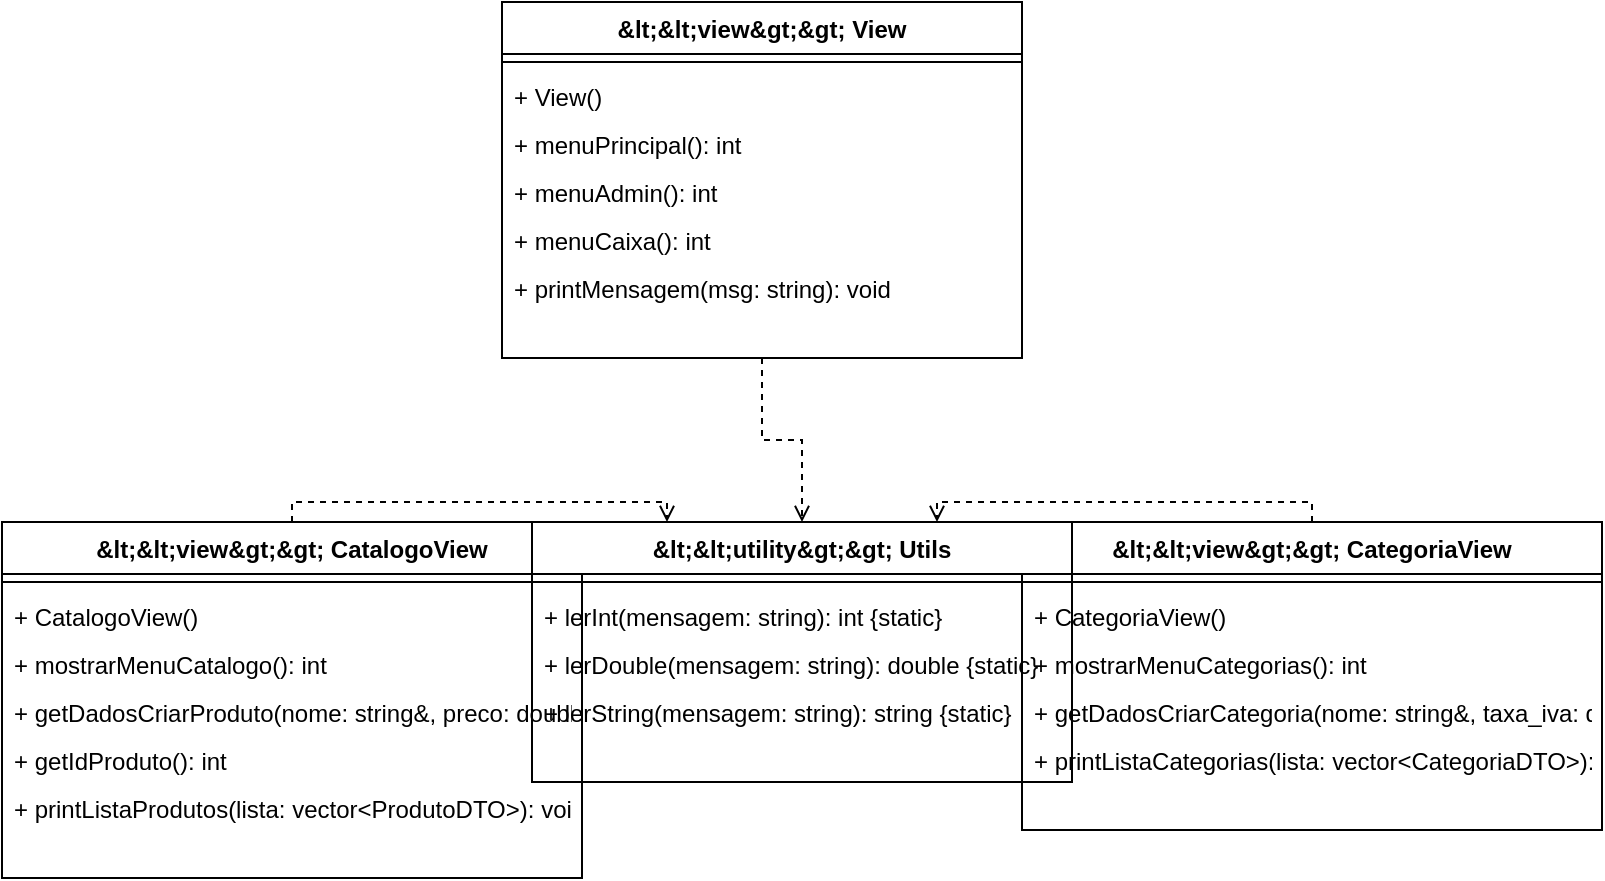
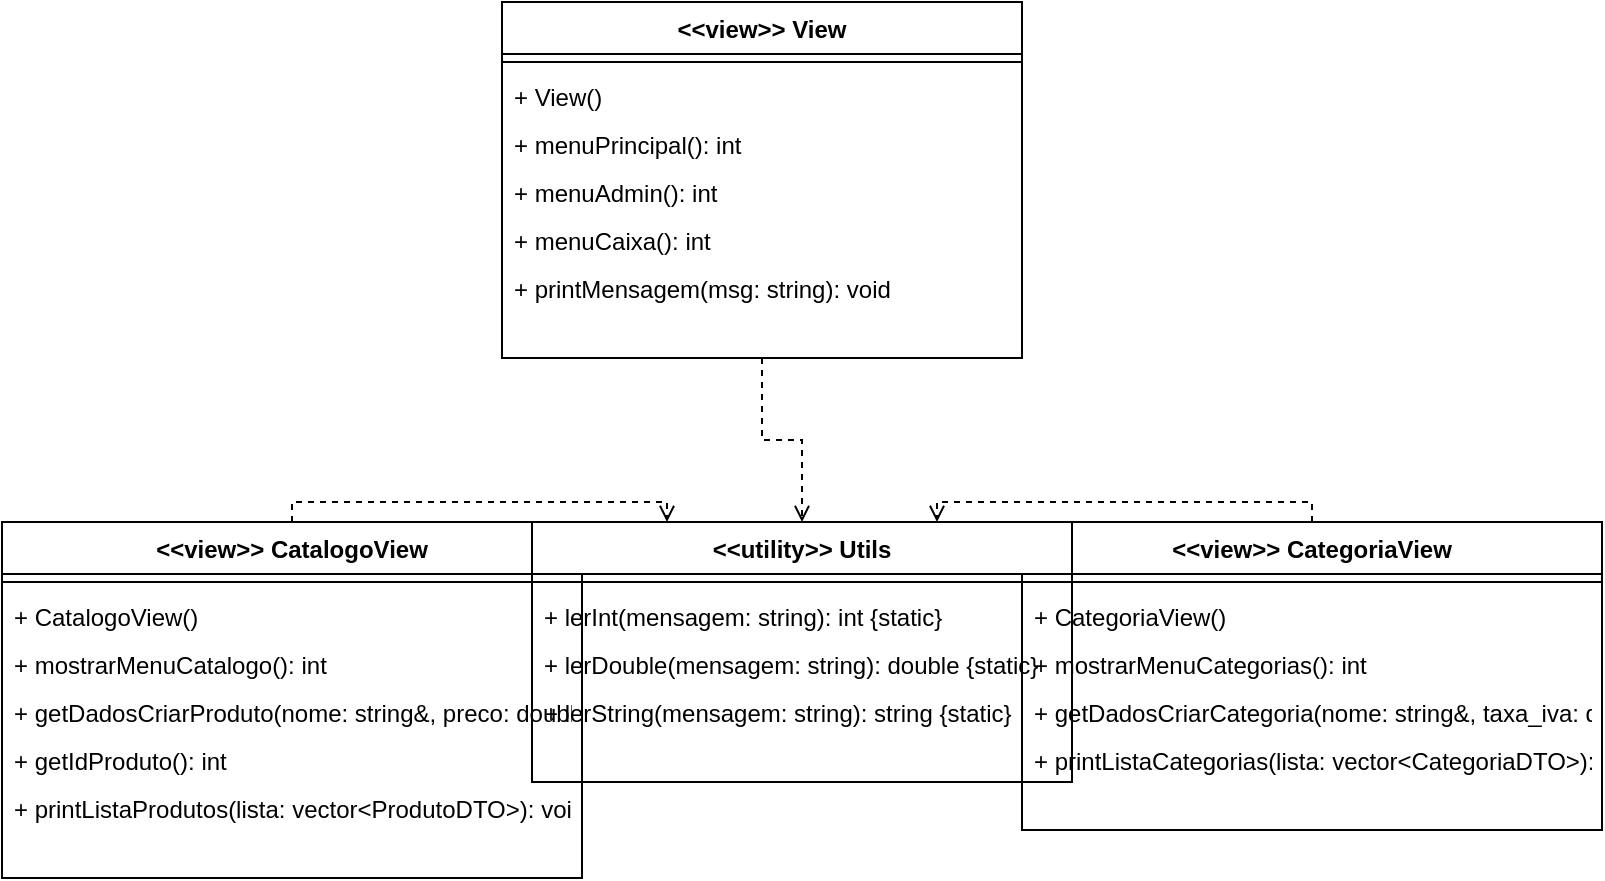
<?xml version='1.0' encoding='utf-8'?>
<mxfile host="app.diagrams.net">
  <diagram id="ViewsDCD" name="Views Class Diagram">
    <mxGraphModel dx="900" dy="600" grid="1" gridSize="10" guides="1" tooltips="1" connect="1" arrows="1" fold="1" page="1" pageScale="1" pageWidth="820" pageHeight="500" math="0" shadow="0">
      <root>
        <mxCell id="0" />
        <mxCell id="1" parent="0" />

-         <mxCell id="cls_view" parent="1" style="swimlane;fontStyle=1;align=center;verticalAlign=top;childLayout=stackLayout;horizontal=1;startSize=26;horizontalStack=0;resizeParent=1;resizeLast=0;collapsible=1;marginBottom=0;rounded=0;shadow=0;strokeWidth=1;" value="&amp;lt;&amp;lt;view&amp;gt;&amp;gt; View" vertex="1">
+         <mxCell id="cls_view" parent="1" style="swimlane;fontStyle=1;align=center;verticalAlign=top;childLayout=stackLayout;horizontal=1;startSize=26;horizontalStack=0;resizeParent=1;resizeLast=0;collapsible=1;marginBottom=0;rounded=0;shadow=0;strokeWidth=1;" value="&lt;&lt;view&gt;&gt; View" vertex="1">
          <mxGeometry height="178" width="260" x="270" y="30" as="geometry" />
        </mxCell>
        <mxCell id="cls_view_sep" parent="cls_view" style="line;html=1;strokeWidth=1;align=left;verticalAlign=middle;spacingTop=-1;spacingLeft=3;spacingRight=3;rotatable=0;labelPosition=right;points=[];portConstraint=eastwest;" value="" vertex="1">
          <mxGeometry height="8" width="260" y="26" as="geometry" />
        </mxCell>
        <mxCell id="cls_view_m_0" parent="cls_view" style="text;align=left;verticalAlign=top;spacingLeft=4;spacingRight=4;overflow=hidden;rotatable=0;points=[[0,0.5],[1,0.5]];portConstraint=eastwest;rounded=0;shadow=0;html=0;" value="+ View()" vertex="1">
          <mxGeometry height="24" width="260" y="34" as="geometry" />
        </mxCell>
        <mxCell id="cls_view_m_1" parent="cls_view" style="text;align=left;verticalAlign=top;spacingLeft=4;spacingRight=4;overflow=hidden;rotatable=0;points=[[0,0.5],[1,0.5]];portConstraint=eastwest;rounded=0;shadow=0;html=0;" value="+ menuPrincipal(): int" vertex="1">
          <mxGeometry height="24" width="260" y="58" as="geometry" />
        </mxCell>
        <mxCell id="cls_view_m_2" parent="cls_view" style="text;align=left;verticalAlign=top;spacingLeft=4;spacingRight=4;overflow=hidden;rotatable=0;points=[[0,0.5],[1,0.5]];portConstraint=eastwest;rounded=0;shadow=0;html=0;" value="+ menuAdmin(): int" vertex="1">
          <mxGeometry height="24" width="260" y="82" as="geometry" />
        </mxCell>
        <mxCell id="cls_view_m_3" parent="cls_view" style="text;align=left;verticalAlign=top;spacingLeft=4;spacingRight=4;overflow=hidden;rotatable=0;points=[[0,0.5],[1,0.5]];portConstraint=eastwest;rounded=0;shadow=0;html=0;" value="+ menuCaixa(): int" vertex="1">
          <mxGeometry height="24" width="260" y="106" as="geometry" />
        </mxCell>
        <mxCell id="cls_view_m_4" parent="cls_view" style="text;align=left;verticalAlign=top;spacingLeft=4;spacingRight=4;overflow=hidden;rotatable=0;points=[[0,0.5],[1,0.5]];portConstraint=eastwest;rounded=0;shadow=0;html=0;" value="+ printMensagem(msg: string): void" vertex="1">
          <mxGeometry height="24" width="260" y="130" as="geometry" />
        </mxCell>

-         <mxCell id="cls_catalogo" parent="1" style="swimlane;fontStyle=1;align=center;verticalAlign=top;childLayout=stackLayout;horizontal=1;startSize=26;horizontalStack=0;resizeParent=1;resizeLast=0;collapsible=1;marginBottom=0;rounded=0;shadow=0;strokeWidth=1;" value="&amp;lt;&amp;lt;view&amp;gt;&amp;gt; CatalogoView" vertex="1">
+         <mxCell id="cls_catalogo" parent="1" style="swimlane;fontStyle=1;align=center;verticalAlign=top;childLayout=stackLayout;horizontal=1;startSize=26;horizontalStack=0;resizeParent=1;resizeLast=0;collapsible=1;marginBottom=0;rounded=0;shadow=0;strokeWidth=1;" value="&lt;&lt;view&gt;&gt; CatalogoView" vertex="1">
          <mxGeometry height="178" width="290" x="20" y="290" as="geometry" />
        </mxCell>
        <mxCell id="cls_catalogo_sep" parent="cls_catalogo" style="line;html=1;strokeWidth=1;align=left;verticalAlign=middle;spacingTop=-1;spacingLeft=3;spacingRight=3;rotatable=0;labelPosition=right;points=[];portConstraint=eastwest;" value="" vertex="1">
          <mxGeometry height="8" width="290" y="26" as="geometry" />
        </mxCell>
        <mxCell id="cls_catalogo_m_0" parent="cls_catalogo" style="text;align=left;verticalAlign=top;spacingLeft=4;spacingRight=4;overflow=hidden;rotatable=0;points=[[0,0.5],[1,0.5]];portConstraint=eastwest;rounded=0;shadow=0;html=0;" value="+ CatalogoView()" vertex="1">
          <mxGeometry height="24" width="290" y="34" as="geometry" />
        </mxCell>
        <mxCell id="cls_catalogo_m_1" parent="cls_catalogo" style="text;align=left;verticalAlign=top;spacingLeft=4;spacingRight=4;overflow=hidden;rotatable=0;points=[[0,0.5],[1,0.5]];portConstraint=eastwest;rounded=0;shadow=0;html=0;" value="+ mostrarMenuCatalogo(): int" vertex="1">
          <mxGeometry height="24" width="290" y="58" as="geometry" />
        </mxCell>
        <mxCell id="cls_catalogo_m_2" parent="cls_catalogo" style="text;align=left;verticalAlign=top;spacingLeft=4;spacingRight=4;overflow=hidden;rotatable=0;points=[[0,0.5],[1,0.5]];portConstraint=eastwest;rounded=0;shadow=0;html=0;" value="+ getDadosCriarProduto(nome: string&amp;, preco: double&amp;, stock: int&amp;, id_cat: int&amp;): void" vertex="1">
          <mxGeometry height="24" width="290" y="82" as="geometry" />
        </mxCell>
        <mxCell id="cls_catalogo_m_3" parent="cls_catalogo" style="text;align=left;verticalAlign=top;spacingLeft=4;spacingRight=4;overflow=hidden;rotatable=0;points=[[0,0.5],[1,0.5]];portConstraint=eastwest;rounded=0;shadow=0;html=0;" value="+ getIdProduto(): int" vertex="1">
          <mxGeometry height="24" width="290" y="106" as="geometry" />
        </mxCell>
        <mxCell id="cls_catalogo_m_4" parent="cls_catalogo" style="text;align=left;verticalAlign=top;spacingLeft=4;spacingRight=4;overflow=hidden;rotatable=0;points=[[0,0.5],[1,0.5]];portConstraint=eastwest;rounded=0;shadow=0;html=0;" value="+ printListaProdutos(lista: vector&lt;ProdutoDTO&gt;): void" vertex="1">
          <mxGeometry height="24" width="290" y="130" as="geometry" />
        </mxCell>

-         <mxCell id="cls_categoriaview" parent="1" style="swimlane;fontStyle=1;align=center;verticalAlign=top;childLayout=stackLayout;horizontal=1;startSize=26;horizontalStack=0;resizeParent=1;resizeLast=0;collapsible=1;marginBottom=0;rounded=0;shadow=0;strokeWidth=1;" value="&amp;lt;&amp;lt;view&amp;gt;&amp;gt; CategoriaView" vertex="1">
+         <mxCell id="cls_categoriaview" parent="1" style="swimlane;fontStyle=1;align=center;verticalAlign=top;childLayout=stackLayout;horizontal=1;startSize=26;horizontalStack=0;resizeParent=1;resizeLast=0;collapsible=1;marginBottom=0;rounded=0;shadow=0;strokeWidth=1;" value="&lt;&lt;view&gt;&gt; CategoriaView" vertex="1">
          <mxGeometry height="154" width="290" x="530" y="290" as="geometry" />
        </mxCell>
        <mxCell id="cls_categoriaview_sep" parent="cls_categoriaview" style="line;html=1;strokeWidth=1;align=left;verticalAlign=middle;spacingTop=-1;spacingLeft=3;spacingRight=3;rotatable=0;labelPosition=right;points=[];portConstraint=eastwest;" value="" vertex="1">
          <mxGeometry height="8" width="290" y="26" as="geometry" />
        </mxCell>
        <mxCell id="cls_categoriaview_m_0" parent="cls_categoriaview" style="text;align=left;verticalAlign=top;spacingLeft=4;spacingRight=4;overflow=hidden;rotatable=0;points=[[0,0.5],[1,0.5]];portConstraint=eastwest;rounded=0;shadow=0;html=0;" value="+ CategoriaView()" vertex="1">
          <mxGeometry height="24" width="290" y="34" as="geometry" />
        </mxCell>
        <mxCell id="cls_categoriaview_m_1" parent="cls_categoriaview" style="text;align=left;verticalAlign=top;spacingLeft=4;spacingRight=4;overflow=hidden;rotatable=0;points=[[0,0.5],[1,0.5]];portConstraint=eastwest;rounded=0;shadow=0;html=0;" value="+ mostrarMenuCategorias(): int" vertex="1">
          <mxGeometry height="24" width="290" y="58" as="geometry" />
        </mxCell>
        <mxCell id="cls_categoriaview_m_2" parent="cls_categoriaview" style="text;align=left;verticalAlign=top;spacingLeft=4;spacingRight=4;overflow=hidden;rotatable=0;points=[[0,0.5],[1,0.5]];portConstraint=eastwest;rounded=0;shadow=0;html=0;" value="+ getDadosCriarCategoria(nome: string&amp;, taxa_iva: double&amp;): void" vertex="1">
          <mxGeometry height="24" width="290" y="82" as="geometry" />
        </mxCell>
        <mxCell id="cls_categoriaview_m_3" parent="cls_categoriaview" style="text;align=left;verticalAlign=top;spacingLeft=4;spacingRight=4;overflow=hidden;rotatable=0;points=[[0,0.5],[1,0.5]];portConstraint=eastwest;rounded=0;shadow=0;html=0;" value="+ printListaCategorias(lista: vector&lt;CategoriaDTO&gt;): void" vertex="1">
          <mxGeometry height="24" width="290" y="106" as="geometry" />
        </mxCell>

-         <mxCell id="cls_utils" parent="1" style="swimlane;fontStyle=1;align=center;verticalAlign=top;childLayout=stackLayout;horizontal=1;startSize=26;horizontalStack=0;resizeParent=1;resizeLast=0;collapsible=1;marginBottom=0;rounded=0;shadow=0;strokeWidth=1;" value="&amp;lt;&amp;lt;utility&amp;gt;&amp;gt; Utils" vertex="1">
+         <mxCell id="cls_utils" parent="1" style="swimlane;fontStyle=1;align=center;verticalAlign=top;childLayout=stackLayout;horizontal=1;startSize=26;horizontalStack=0;resizeParent=1;resizeLast=0;collapsible=1;marginBottom=0;rounded=0;shadow=0;strokeWidth=1;" value="&lt;&lt;utility&gt;&gt; Utils" vertex="1">
          <mxGeometry height="130" width="270" x="285" y="290" as="geometry" />
        </mxCell>
        <mxCell id="cls_utils_sep" parent="cls_utils" style="line;html=1;strokeWidth=1;align=left;verticalAlign=middle;spacingTop=-1;spacingLeft=3;spacingRight=3;rotatable=0;labelPosition=right;points=[];portConstraint=eastwest;" value="" vertex="1">
          <mxGeometry height="8" width="270" y="26" as="geometry" />
        </mxCell>
        <mxCell id="cls_utils_m_0" parent="cls_utils" style="text;align=left;verticalAlign=top;spacingLeft=4;spacingRight=4;overflow=hidden;rotatable=0;points=[[0,0.5],[1,0.5]];portConstraint=eastwest;rounded=0;shadow=0;html=0;" value="+ lerInt(mensagem: string): int {static}" vertex="1">
          <mxGeometry height="24" width="270" y="34" as="geometry" />
        </mxCell>
        <mxCell id="cls_utils_m_1" parent="cls_utils" style="text;align=left;verticalAlign=top;spacingLeft=4;spacingRight=4;overflow=hidden;rotatable=0;points=[[0,0.5],[1,0.5]];portConstraint=eastwest;rounded=0;shadow=0;html=0;" value="+ lerDouble(mensagem: string): double {static}" vertex="1">
          <mxGeometry height="24" width="270" y="58" as="geometry" />
        </mxCell>
        <mxCell id="cls_utils_m_2" parent="cls_utils" style="text;align=left;verticalAlign=top;spacingLeft=4;spacingRight=4;overflow=hidden;rotatable=0;points=[[0,0.5],[1,0.5]];portConstraint=eastwest;rounded=0;shadow=0;html=0;" value="+ lerString(mensagem: string): string {static}" vertex="1">
          <mxGeometry height="24" width="270" y="82" as="geometry" />
        </mxCell>

        <mxCell id="rel_view_utils" edge="1" parent="1" source="cls_view" style="endArrow=open;html=1;dashed=1;edgeStyle=orthogonalEdgeStyle;rounded=0;exitX=0.5;exitY=1;entryX=0.5;entryY=0;" target="cls_utils" value="">
          <mxGeometry relative="1" as="geometry">
            <mxPoint x="400" y="240" as="sourcePoint" />
          </mxGeometry>
        </mxCell>
        <mxCell id="rel_catalogo_utils" edge="1" parent="1" source="cls_catalogo" style="endArrow=open;html=1;dashed=1;edgeStyle=orthogonalEdgeStyle;rounded=0;exitX=0.5;exitY=0;entryX=0.25;entryY=0;" target="cls_utils" value="">
          <mxGeometry relative="1" as="geometry" />
        </mxCell>
        <mxCell id="rel_categoriaview_utils" edge="1" parent="1" source="cls_categoriaview" style="endArrow=open;html=1;dashed=1;edgeStyle=orthogonalEdgeStyle;rounded=0;exitX=0.5;exitY=0;entryX=0.75;entryY=0;" target="cls_utils" value="">
          <mxGeometry relative="1" as="geometry" />
        </mxCell>
      </root>
    </mxGraphModel>
  </diagram>
</mxfile>